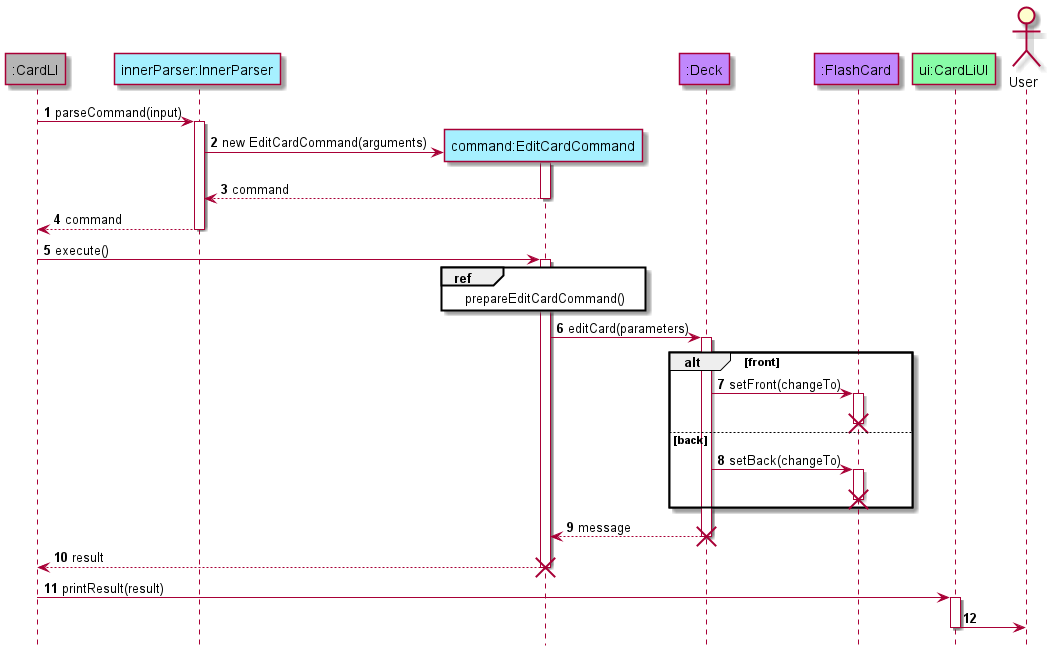
Above: docs/assets/editCardCommandSeqDiagram.png in xkisxk/tp (PlantUML), before the change.
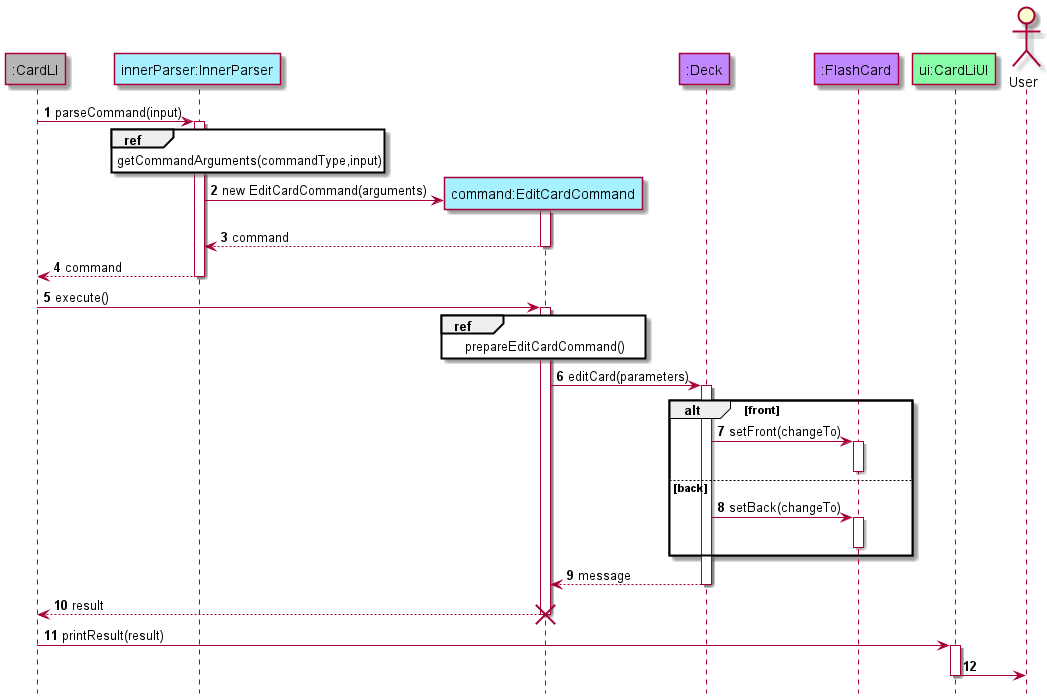
Above is the later version.

Diff of the diagram source:
```diff
@@ -14,6 +14,10 @@
 
 CardLI -> InnerParser: parseCommand(input)
 activate InnerParser
+
+ref over InnerParser
+getCommandArguments(commandType,input)
+end ref
 
 InnerParser -> EditCardCommand** : new EditCardCommand(arguments)
 activate EditCardCommand
@@ -36,19 +40,15 @@
     Deck -> FlashCard: setFront(changeTo)
     activate FlashCard
     deactivate FlashCard
-    destroy FlashCard
 else back
     Deck -> FlashCard: setBack(changeTo)
     activate FlashCard
     deactivate FlashCard
-    destroy FlashCard
 end
 
 
 Deck --> EditCardCommand: message
 deactivate Deck
-
-destroy Deck
 
 CardLI<-- EditCardCommand: result
 deactivate EditCardCommand
```
